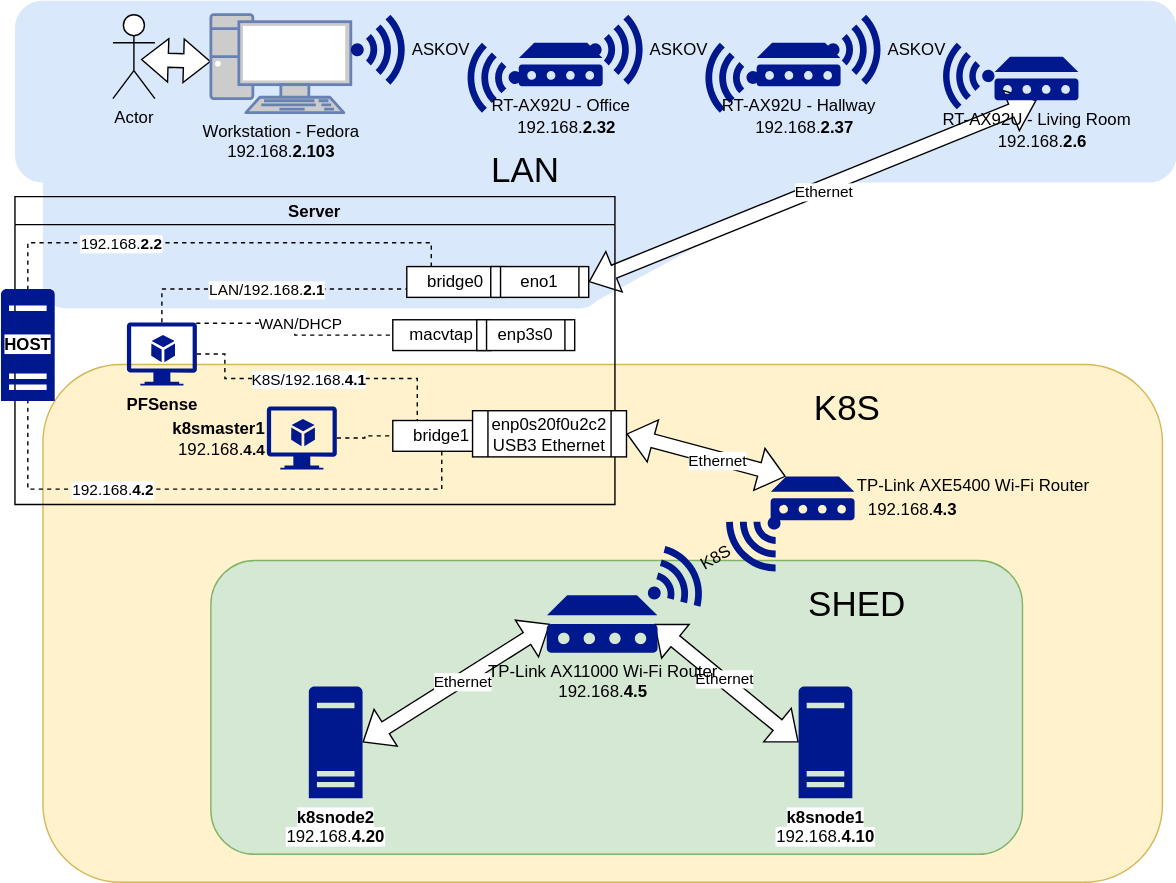
Earlier version of the draw.io export pfsense/Janky Network.svg (blekinge/k8s-setup-journey). Source tidied: cells renumbered, new cells last; positions are measured from the earlier drawing's top-left corner, leaving out a move shared by most shapes.
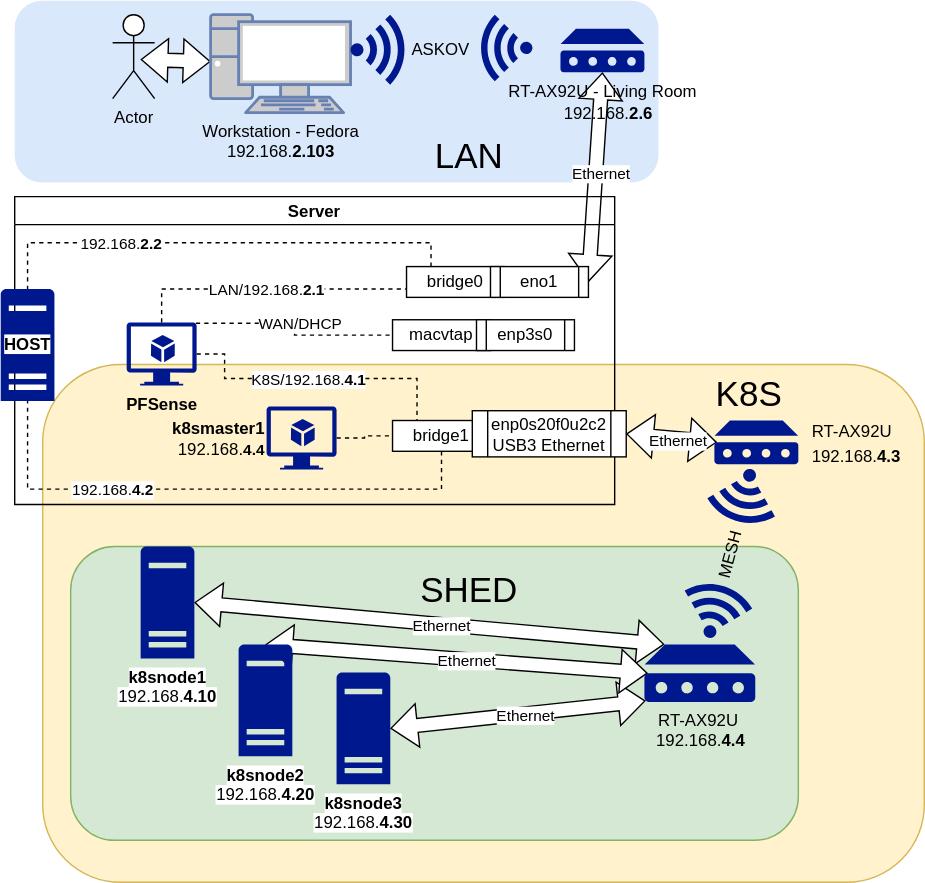
The same file after the commit.

What changed in the source:
```diff
@@ -2,34 +2,28 @@
   <root>
     <mxCell id="0" />
     <mxCell id="1" parent="0" />
-    <mxCell id="2" style="triangle;whiteSpace=wrap;html=1;rotation=-15;fillColor=#dae8fc;strokeColor=none;" parent="1" vertex="1">
-      <mxGeometry x="400.5" y="53.9" width="270" height="130" as="geometry" />
-    </mxCell>
-    <mxCell id="3" style="rounded=1;whiteSpace=wrap;html=1;fillColor=#dae8fc;strokeColor=none;glass=0;" parent="1" vertex="1">
-      <mxGeometry x="30" y="110" width="400" height="110" as="geometry" />
-    </mxCell>
     <mxCell id="4" style="rounded=1;whiteSpace=wrap;html=1;fillColor=#fff2cc;strokeColor=#d6b656;" parent="1" vertex="1">
-      <mxGeometry x="30" y="260" width="800" height="370" as="geometry" />
+      <mxGeometry x="30" y="260" width="630" height="370" as="geometry" />
     </mxCell>
     <mxCell id="5" style="rounded=1;whiteSpace=wrap;html=1;fillColor=#d5e8d4;strokeColor=#82b366;" parent="1" vertex="1">
-      <mxGeometry x="150" y="400" width="580" height="210" as="geometry" />
+      <mxGeometry x="50" y="390" width="520" height="210" as="geometry" />
     </mxCell>
     <mxCell id="6" style="rounded=1;whiteSpace=wrap;html=1;fillColor=#dae8fc;strokeColor=none;" parent="1" vertex="1">
-      <mxGeometry x="10" width="830" height="130" as="geometry" />
+      <mxGeometry x="10" width="460" height="130" as="geometry" />
     </mxCell>
-    <mxCell id="7" style="shape=flexArrow;endArrow=classic;startArrow=classic;html=1;rounded=0;entryX=0.18;entryY=0;entryDx=0;entryDy=0;exitX=1;exitY=0.5;exitDx=0;exitDy=0;fillColor=default;entryPerimeter=0;" parent="1" edge="1" source="56" target="35">
+    <mxCell id="7" style="shape=flexArrow;endArrow=classic;startArrow=classic;html=1;rounded=0;entryX=0.03;entryY=0.5;entryDx=0;entryDy=0;exitX=1;exitY=0.5;exitDx=0;exitDy=0;fillColor=default;entryPerimeter=0;" parent="1" edge="1" source="56" target="35">
       <mxGeometry relative="1" as="geometry" />
     </mxCell>
     <mxCell id="8" value="Ethernet" style="edgeLabel;html=1;align=center;verticalAlign=middle;" parent="7" vertex="1">
       <mxGeometry x="0.13" y="-2" relative="1" as="geometry" />
     </mxCell>
-    <mxCell id="9" style="shape=flexArrow;endArrow=classic;startArrow=classic;html=1;rounded=0;entryX=0;entryY=0.5;entryDx=0;entryDy=0;fillColor=default;exitX=0.97;exitY=0.5;exitDx=0;exitDy=0;exitPerimeter=0;entryPerimeter=0;" parent="1" edge="1" source="29" target="28">
+    <mxCell id="9" style="shape=flexArrow;endArrow=classic;startArrow=classic;html=1;rounded=0;entryX=1;entryY=0.5;entryDx=0;entryDy=0;fillColor=default;exitX=0.01;exitY=0.98;exitDx=0;exitDy=0;exitPerimeter=0;entryPerimeter=0;" parent="1" edge="1" source="29" target="28">
       <mxGeometry relative="1" as="geometry" />
     </mxCell>
     <mxCell id="10" value="Ethernet" style="edgeLabel;html=1;align=center;verticalAlign=middle;" parent="9" vertex="1">
       <mxGeometry x="-0.05" y="1" relative="1" as="geometry" />
     </mxCell>
-    <mxCell id="11" style="shape=flexArrow;endArrow=classic;startArrow=classic;html=1;rounded=0;fillColor=default;entryX=1;entryY=0.5;entryDx=0;entryDy=0;entryPerimeter=0;exitX=0.03;exitY=0.5;exitDx=0;exitDy=0;exitPerimeter=0;" parent="1" edge="1" source="29" target="27">
+    <mxCell id="11" style="shape=flexArrow;endArrow=classic;startArrow=classic;html=1;rounded=0;fillColor=default;entryX=1;entryY=0.5;entryDx=0;entryDy=0;entryPerimeter=0;exitX=0.18;exitY=0;exitDx=0;exitDy=0;exitPerimeter=0;" parent="1" edge="1" source="29" target="27">
       <mxGeometry relative="1" as="geometry" />
     </mxCell>
     <mxCell id="12" value="Ethernet" style="edgeLabel;html=1;align=center;verticalAlign=middle;" parent="11" vertex="1">
@@ -50,13 +44,13 @@
       </mxGeometry>
     </mxCell>
     <mxCell id="17" value="LAN" style="text;strokeColor=none;align=center;fillColor=none;html=1;verticalAlign=middle;whiteSpace=wrap;rounded=0;fontSize=25;" parent="1" vertex="1">
-      <mxGeometry x="250" y="100" width="250" height="40" as="geometry" />
+      <mxGeometry x="210" y="90" width="250" height="40" as="geometry" />
     </mxCell>
     <mxCell id="18" value="SHED" style="text;strokeColor=none;align=center;fillColor=none;html=1;verticalAlign=middle;whiteSpace=wrap;rounded=0;fontSize=25;" parent="1" vertex="1">
-      <mxGeometry x="487" y="410" width="250" height="40" as="geometry" />
+      <mxGeometry x="210" y="400" width="250" height="40" as="geometry" />
     </mxCell>
     <mxCell id="19" value="K8S" style="text;strokeColor=none;align=center;fillColor=none;html=1;verticalAlign=middle;whiteSpace=wrap;rounded=0;fontSize=25;" parent="1" vertex="1">
-      <mxGeometry x="480" y="270" width="250" height="40" as="geometry" />
+      <mxGeometry x="410" y="260" width="250" height="40" as="geometry" />
     </mxCell>
     <mxCell id="20" value="&lt;div style=&quot;border-color: var(--border-color); color: rgb(0, 0, 0);&quot;&gt;Workstation - Fedora&lt;/div&gt;&lt;div style=&quot;border-color: var(--border-color); color: rgb(0, 0, 0);&quot;&gt;192.168.&lt;b style=&quot;border-color: var(--border-color);&quot;&gt;2.103&lt;/b&gt;&lt;/div&gt;" style="fontColor=#0066CC;verticalAlign=top;verticalLabelPosition=bottom;labelPosition=center;align=center;html=1;outlineConnect=0;fillColor=#CCCCCC;strokeColor=#6881B3;gradientColor=none;gradientDirection=north;strokeWidth=2;shape=mxgraph.networks.pc;" parent="1" vertex="1">
       <mxGeometry x="150" y="10" width="100" height="70" as="geometry" />
@@ -64,47 +58,26 @@
     <mxCell id="21" value="ASKOV" style="sketch=0;shadow=0;dashed=0;html=1;strokeColor=none;labelPosition=right;verticalLabelPosition=middle;verticalAlign=middle;align=left;fillColor=#00188D;shape=mxgraph.mscae.enterprise.wireless_connection;rotation=0;" parent="1" vertex="1">
       <mxGeometry x="250" y="10" width="42" height="50" as="geometry" />
     </mxCell>
-    <mxCell id="22" style="sketch=0;shadow=0;dashed=0;html=1;strokeColor=none;labelPosition=center;verticalLabelPosition=bottom;verticalAlign=top;align=center;fillColor=#00188D;shape=mxgraph.mscae.enterprise.wireless_connection;rotation=135;" parent="1" vertex="1">
-      <mxGeometry x="520" y="360" width="42" height="50" as="geometry" />
+    <mxCell id="22" style="sketch=0;shadow=0;dashed=0;html=1;strokeColor=none;labelPosition=center;verticalLabelPosition=bottom;verticalAlign=top;align=center;fillColor=#00188D;shape=mxgraph.mscae.enterprise.wireless_connection;rotation=105;" parent="1" vertex="1">
+      <mxGeometry x="510" y="330" width="42" height="50" as="geometry" />
     </mxCell>
-    <mxCell id="23" value="K8S" style="sketch=0;shadow=0;dashed=0;html=1;strokeColor=none;labelPosition=right;verticalLabelPosition=middle;verticalAlign=middle;align=left;fillColor=#00188D;shape=mxgraph.mscae.enterprise.wireless_connection;rotation=-30;" parent="1" vertex="1">
-      <mxGeometry x="460" y="390" width="42" height="50" as="geometry" />
+    <mxCell id="23" value="MESH" style="sketch=0;shadow=0;dashed=0;html=1;strokeColor=none;labelPosition=right;verticalLabelPosition=middle;verticalAlign=middle;align=left;fillColor=#00188D;shape=mxgraph.mscae.enterprise.wireless_connection;rotation=-75;" parent="1" vertex="1">
+      <mxGeometry x="490" y="410" width="42" height="50" as="geometry" />
     </mxCell>
-    <mxCell id="24" style="sketch=0;shadow=0;dashed=0;html=1;strokeColor=none;labelPosition=center;verticalLabelPosition=bottom;verticalAlign=top;align=center;fillColor=#00188D;shape=mxgraph.mscae.enterprise.wireless_connection;rotation=-180;" parent="1" vertex="1">
-      <mxGeometry x="330" y="30" width="42" height="50" as="geometry" />
-    </mxCell>
-    <mxCell id="25" style="sketch=0;shadow=0;dashed=0;html=1;strokeColor=none;labelPosition=center;verticalLabelPosition=bottom;verticalAlign=top;align=center;fillColor=#00188D;shape=mxgraph.mscae.enterprise.wireless_connection;rotation=-180;" parent="1" vertex="1">
-      <mxGeometry x="500" y="30" width="42" height="50" as="geometry" />
-    </mxCell>
     <mxCell id="26" style="sketch=0;shadow=0;dashed=0;html=1;strokeColor=none;labelPosition=center;verticalLabelPosition=bottom;verticalAlign=top;align=center;fillColor=#00188D;shape=mxgraph.mscae.enterprise.wireless_connection;rotation=-180;" parent="1" vertex="1">
-      <mxGeometry x="670" y="30" width="40" height="47.6" as="geometry" />
+      <mxGeometry x="340" y="10" width="40" height="47.6" as="geometry" />
     </mxCell>
-    <mxCell id="27" value="&lt;span style=&quot;background-color: rgb(255, 255, 255);&quot;&gt;&lt;b style=&quot;border-color: var(--border-color);&quot;&gt;k8snode2&lt;/b&gt;&lt;br style=&quot;border-color: var(--border-color);&quot;&gt;192.168.&lt;b style=&quot;border-color: var(--border-color);&quot;&gt;4.20&lt;/b&gt;&lt;/span&gt;" style="sketch=0;shadow=0;dashed=0;html=1;strokeColor=none;labelPosition=center;verticalLabelPosition=bottom;verticalAlign=top;align=center;fillColor=#00188D;shape=mxgraph.mscae.enterprise.server_generic;" parent="1" vertex="1">
-      <mxGeometry x="220" y="490" width="38.4" height="80" as="geometry" />
+    <mxCell id="27" value="&lt;span style=&quot;background-color: rgb(255, 255, 255);&quot;&gt;&lt;b style=&quot;border-color: var(--border-color);&quot;&gt;k8snode1&lt;/b&gt;&lt;br style=&quot;border-color: var(--border-color);&quot;&gt;192.168.&lt;b style=&quot;border-color: var(--border-color);&quot;&gt;4.10&lt;/b&gt;&lt;/span&gt;" style="sketch=0;shadow=0;dashed=0;html=1;strokeColor=none;labelPosition=center;verticalLabelPosition=bottom;verticalAlign=top;align=center;fillColor=#00188D;shape=mxgraph.mscae.enterprise.server_generic;" parent="1" vertex="1">
+      <mxGeometry x="100" y="390" width="38.4" height="80" as="geometry" />
     </mxCell>
-    <mxCell id="28" value="&lt;span style=&quot;background-color: rgb(255, 255, 255);&quot;&gt;&lt;b style=&quot;border-color: var(--border-color);&quot;&gt;k8snode1&lt;/b&gt;&lt;br style=&quot;border-color: var(--border-color);&quot;&gt;192.168.&lt;b style=&quot;border-color: var(--border-color);&quot;&gt;4.10&lt;/b&gt;&lt;/span&gt;" style="sketch=0;shadow=0;dashed=0;html=1;strokeColor=none;labelPosition=center;verticalLabelPosition=bottom;verticalAlign=top;align=center;fillColor=#00188D;shape=mxgraph.mscae.enterprise.server_generic;" parent="1" vertex="1">
-      <mxGeometry x="570" y="490" width="38.4" height="80" as="geometry" />
+    <mxCell id="28" value="&lt;span style=&quot;background-color: rgb(255, 255, 255);&quot;&gt;&lt;b style=&quot;border-color: var(--border-color);&quot;&gt;k8snode3&lt;/b&gt;&lt;br style=&quot;border-color: var(--border-color);&quot;&gt;192.168.&lt;b style=&quot;border-color: var(--border-color);&quot;&gt;4.30&lt;/b&gt;&lt;/span&gt;" style="sketch=0;shadow=0;dashed=0;html=1;strokeColor=none;labelPosition=center;verticalLabelPosition=bottom;verticalAlign=top;align=center;fillColor=#00188D;shape=mxgraph.mscae.enterprise.server_generic;" parent="1" vertex="1">
+      <mxGeometry x="240" y="480" width="38.4" height="80" as="geometry" />
     </mxCell>
-    <mxCell id="29" value="TP-Link&amp;nbsp;AX11000&amp;nbsp;Wi-Fi Router&lt;br style=&quot;border-color: var(--border-color); font-family: Arial, sans-serif, Geneva, Verdana; text-align: start;&quot;&gt;&lt;span style=&quot;border-color: var(--border-color); font-family: Arial, sans-serif, Geneva, Verdana; text-align: start;&quot;&gt;192.168.&lt;b style=&quot;border-color: var(--border-color);&quot;&gt;4.5&lt;/b&gt;&lt;/span&gt;" style="sketch=0;shadow=0;dashed=0;html=1;strokeColor=none;labelPosition=center;verticalLabelPosition=bottom;verticalAlign=top;align=center;fillColor=#00188D;shape=mxgraph.mscae.enterprise.device;" parent="1" vertex="1">
-      <mxGeometry x="390" y="424.8" width="79.2" height="41.2" as="geometry" />
-    </mxCell>
-    <mxCell id="30" value="&lt;div style=&quot;border-color: var(--border-color);&quot;&gt;RT-AX92U -&amp;nbsp;&lt;span style=&quot;border-color: var(--border-color); font-family: Arial, sans-serif, Geneva, Verdana; background-color: initial;&quot;&gt;Office&lt;/span&gt;&lt;/div&gt;&lt;div style=&quot;border-color: var(--border-color); box-sizing: border-box; margin: 0px 0px 0px 8px; padding: 0px; display: inline-block; position: relative; vertical-align: middle; line-height: 18px; font-family: Arial, sans-serif, Geneva, Verdana;&quot; class=&quot;page-title inline-block container widget-container displaylabel-container&quot; id=&quot;widget--18b7990e-3134-da6b-1272-987446f71d67&quot;&gt;&lt;div style=&quot;border-color: var(--border-color);&quot;&gt;192.168.&lt;b style=&quot;border-color: var(--border-color);&quot;&gt;2.32&lt;/b&gt;&lt;/div&gt;&lt;/div&gt;" style="sketch=0;shadow=0;dashed=0;html=1;strokeColor=none;labelPosition=center;verticalLabelPosition=bottom;verticalAlign=top;align=center;fillColor=#00188D;shape=mxgraph.mscae.enterprise.device;" parent="1" vertex="1">
-      <mxGeometry x="370" y="30" width="60" height="31.2" as="geometry" />
-    </mxCell>
-    <mxCell id="31" value="ASKOV" style="sketch=0;shadow=0;dashed=0;html=1;strokeColor=none;labelPosition=right;verticalLabelPosition=middle;verticalAlign=middle;align=left;fillColor=#00188D;shape=mxgraph.mscae.enterprise.wireless_connection;rotation=0;" parent="1" vertex="1">
-      <mxGeometry x="420" y="10" width="42" height="50" as="geometry" />
-    </mxCell>
-    <mxCell id="32" value="&lt;div style=&quot;border-color: var(--border-color);&quot;&gt;&lt;div style=&quot;border-color: var(--border-color);&quot;&gt;RT-AX92U -&amp;nbsp;&lt;span style=&quot;border-color: var(--border-color); font-family: Arial, sans-serif, Geneva, Verdana; background-color: initial;&quot;&gt;Hallway&lt;/span&gt;&lt;/div&gt;&lt;div style=&quot;border-color: var(--border-color); box-sizing: border-box; margin: 0px 0px 0px 8px; padding: 0px; display: inline-block; position: relative; vertical-align: middle; line-height: 18px; font-family: Arial, sans-serif, Geneva, Verdana;&quot; class=&quot;page-title inline-block container widget-container displaylabel-container&quot; id=&quot;widget--18b7990e-3134-da6b-1272-987446f71d67&quot;&gt;&lt;div style=&quot;border-color: var(--border-color);&quot;&gt;192.168.&lt;b style=&quot;border-color: var(--border-color);&quot;&gt;2.37&lt;/b&gt;&lt;/div&gt;&lt;/div&gt;&lt;/div&gt;" style="sketch=0;shadow=0;dashed=0;html=1;strokeColor=none;labelPosition=center;verticalLabelPosition=bottom;verticalAlign=top;align=center;fillColor=#00188D;shape=mxgraph.mscae.enterprise.device;" parent="1" vertex="1">
-      <mxGeometry x="540" y="30" width="60" height="31.2" as="geometry" />
-    </mxCell>
     <mxCell id="33" value="&lt;div style=&quot;border-color: var(--border-color);&quot;&gt;&lt;div style=&quot;border-color: var(--border-color);&quot;&gt;&lt;div style=&quot;border-color: var(--border-color);&quot;&gt;RT-AX92U -&amp;nbsp;&lt;span style=&quot;border-color: var(--border-color); font-family: Arial, sans-serif, Geneva, Verdana; background-color: initial;&quot;&gt;Living Room&lt;/span&gt;&lt;/div&gt;&lt;div style=&quot;border-color: var(--border-color); box-sizing: border-box; margin: 0px 0px 0px 8px; padding: 0px; display: inline-block; position: relative; vertical-align: middle; line-height: 18px; font-family: Arial, sans-serif, Geneva, Verdana;&quot; class=&quot;page-title inline-block container widget-container displaylabel-container&quot; id=&quot;widget--18b7990e-3134-da6b-1272-987446f71d67&quot;&gt;&lt;div style=&quot;border-color: var(--border-color);&quot;&gt;192.168.&lt;b style=&quot;border-color: var(--border-color);&quot;&gt;2.6&lt;/b&gt;&lt;/div&gt;&lt;/div&gt;&lt;/div&gt;&lt;/div&gt;" style="sketch=0;shadow=0;dashed=0;html=1;strokeColor=none;labelPosition=center;verticalLabelPosition=bottom;verticalAlign=top;align=center;fillColor=#00188D;shape=mxgraph.mscae.enterprise.device;" parent="1" vertex="1">
-      <mxGeometry x="710" y="40" width="60" height="31.2" as="geometry" />
+      <mxGeometry x="400" y="20" width="60" height="31.2" as="geometry" />
     </mxCell>
-    <mxCell id="34" value="ASKOV" style="sketch=0;shadow=0;dashed=0;html=1;strokeColor=none;labelPosition=right;verticalLabelPosition=middle;verticalAlign=middle;align=left;fillColor=#00188D;shape=mxgraph.mscae.enterprise.wireless_connection;rotation=0;" parent="1" vertex="1">
-      <mxGeometry x="590" y="10" width="42" height="50" as="geometry" />
-    </mxCell>
-    <mxCell id="35" value="&lt;div style=&quot;border-color: var(--border-color);&quot;&gt;TP-Link&amp;nbsp;AXE5400&amp;nbsp;Wi-Fi Router&lt;/div&gt;&lt;div style=&quot;border-color: var(--border-color); box-sizing: border-box; margin: 0px 0px 0px 8px; padding: 0px; display: inline-block; position: relative; vertical-align: middle; line-height: 18px; font-family: Arial, sans-serif, Geneva, Verdana;&quot; class=&quot;page-title inline-block container widget-container displaylabel-container&quot; id=&quot;widget--18b7990e-3134-da6b-1272-987446f71d67&quot;&gt;&lt;div style=&quot;border-color: var(--border-color);&quot;&gt;&lt;span style=&quot;border-color: var(--border-color); background-color: initial;&quot;&gt;192.168.&lt;b style=&quot;border-color: var(--border-color);&quot;&gt;4.3&lt;/b&gt;&lt;/span&gt;&lt;/div&gt;&lt;/div&gt;" style="sketch=0;shadow=0;dashed=0;html=1;strokeColor=none;labelPosition=right;verticalLabelPosition=middle;verticalAlign=middle;align=left;fillColor=#00188D;shape=mxgraph.mscae.enterprise.device;" parent="1" vertex="1">
-      <mxGeometry x="550" y="340" width="60" height="31.2" as="geometry" />
+    <mxCell id="35" value="&lt;div style=&quot;border-color: var(--border-color); box-sizing: border-box; margin: 0px 0px 0px 8px; padding: 0px; display: inline-block; position: relative; vertical-align: middle; line-height: 18px;&quot; class=&quot;page-title inline-block container widget-container displaylabel-container&quot; id=&quot;widget--18b7990e-3134-da6b-1272-987446f71d67&quot;&gt;&lt;div style=&quot;border-color: var(--border-color);&quot;&gt;&lt;span style=&quot;border-color: var(--border-color); background-color: initial;&quot;&gt;RT-AX92U&amp;nbsp;&lt;/span&gt;&lt;/div&gt;&lt;div style=&quot;border-color: var(--border-color);&quot;&gt;&lt;span style=&quot;border-color: var(--border-color); background-color: initial;&quot;&gt;&lt;font face=&quot;Arial, sans-serif, Geneva, Verdana&quot;&gt;192.168.&lt;/font&gt;&lt;b style=&quot;font-family: Arial, sans-serif, Geneva, Verdana; border-color: var(--border-color);&quot;&gt;4.3&lt;/b&gt;&lt;/span&gt;&lt;/div&gt;&lt;/div&gt;" style="sketch=0;shadow=0;dashed=0;html=1;strokeColor=none;labelPosition=right;verticalLabelPosition=middle;verticalAlign=middle;align=left;fillColor=#00188D;shape=mxgraph.mscae.enterprise.device;" parent="1" vertex="1">
+      <mxGeometry x="510" y="300" width="60" height="31.2" as="geometry" />
     </mxCell>
     <mxCell id="36" value="Server" style="swimlane;startSize=20;horizontal=1;containerType=tree;fillColor=none;" parent="1" vertex="1">
       <mxGeometry x="10" y="140" width="428.8" height="220" as="geometry" />
@@ -199,5 +172,17 @@
     <mxCell id="56" value="enp0s20f0u2c2&lt;br&gt;USB3 Ethernet" style="shape=process;whiteSpace=wrap;html=1;backgroundOutline=1;" parent="1" vertex="1">
       <mxGeometry x="337" y="293" width="110" height="33" as="geometry" />
     </mxCell>
+    <mxCell id="57" style="shape=flexArrow;endArrow=classic;startArrow=classic;html=1;rounded=0;fillColor=default;entryX=0.5;entryY=0;entryDx=0;entryDy=0;entryPerimeter=0;exitX=0.03;exitY=0.5;exitDx=0;exitDy=0;exitPerimeter=0;" parent="1" edge="1" source="29" target="59">
+      <mxGeometry relative="1" as="geometry" />
+    </mxCell>
+    <mxCell id="58" value="Ethernet" style="edgeLabel;html=1;align=center;verticalAlign=middle;" parent="57" vertex="1">
+      <mxGeometry x="-0.05" y="1" relative="1" as="geometry" />
+    </mxCell>
+    <mxCell id="59" value="&lt;span style=&quot;background-color: rgb(255, 255, 255);&quot;&gt;&lt;b style=&quot;border-color: var(--border-color);&quot;&gt;k8snode2&lt;/b&gt;&lt;br style=&quot;border-color: var(--border-color);&quot;&gt;192.168.&lt;b style=&quot;border-color: var(--border-color);&quot;&gt;4.20&lt;/b&gt;&lt;/span&gt;" style="sketch=0;shadow=0;dashed=0;html=1;strokeColor=none;labelPosition=center;verticalLabelPosition=bottom;verticalAlign=top;align=center;fillColor=#00188D;shape=mxgraph.mscae.enterprise.server_generic;" parent="1" vertex="1">
+      <mxGeometry x="170" y="460" width="38.4" height="80" as="geometry" />
+    </mxCell>
+    <mxCell id="29" value="&lt;div style=&quot;text-align: center;&quot;&gt;&lt;span style=&quot;text-align: start; background-color: initial;&quot;&gt;RT-AX92U&amp;nbsp;&lt;br&gt;&lt;/span&gt;&lt;span style=&quot;font-family: Arial, sans-serif, Geneva, Verdana; text-align: start; background-color: initial;&quot;&gt;192.168.&lt;/span&gt;&lt;b style=&quot;font-family: Arial, sans-serif, Geneva, Verdana; text-align: start; background-color: initial; border-color: var(--border-color);&quot;&gt;4.4&lt;/b&gt;&lt;/div&gt;" style="sketch=0;shadow=0;dashed=0;html=1;strokeColor=none;labelPosition=center;verticalLabelPosition=bottom;verticalAlign=top;align=center;fillColor=#00188D;shape=mxgraph.mscae.enterprise.device;" parent="1" vertex="1">
+      <mxGeometry x="460" y="460" width="79.2" height="41.2" as="geometry" />
+    </mxCell>
   </root>
 </mxGraphModel>
```
